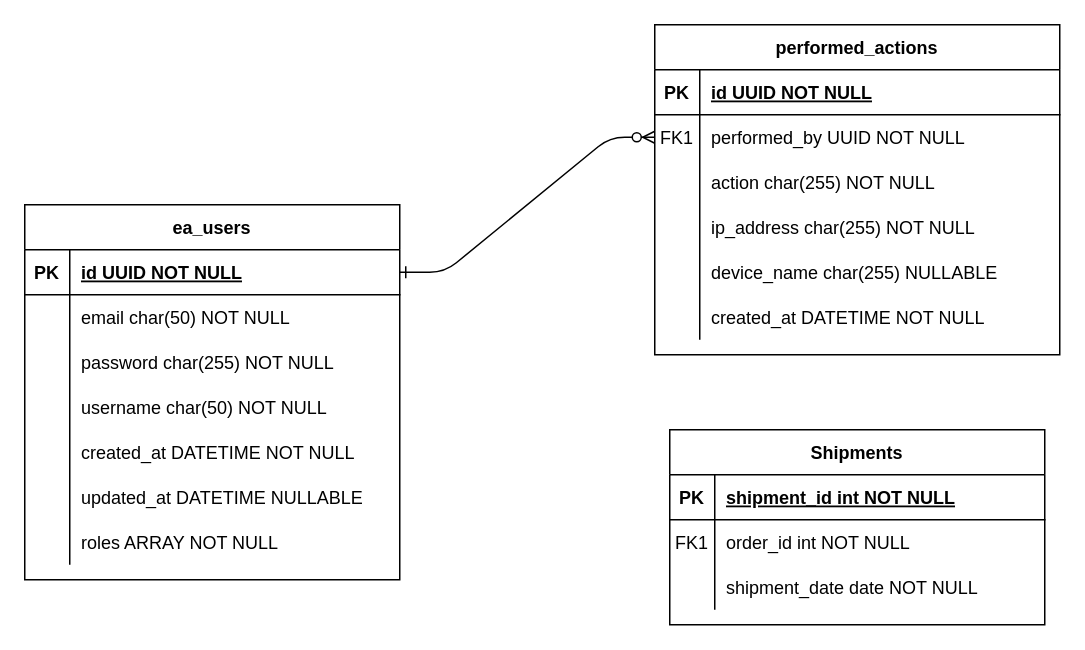
The draw.io diagram eams_domain_model.drawio in phillipseryazi/eams_domain_model, before the edit. Source tidied: cells renumbered, new cells numbered last; positions are measured from the earlier drawing's top-left corner, leaving out a move shared by most shapes. Both pictures are drawn from the tidied source at 150%, with x=0, y=0 at pixel (24, 24).
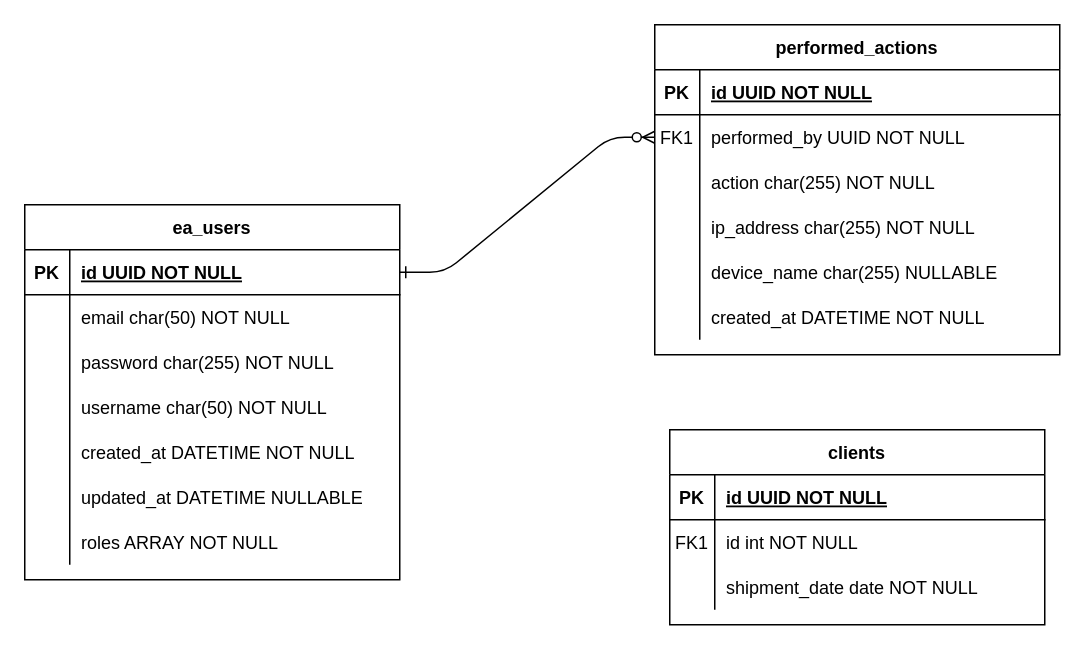
The same diagram, later.

Commit message:
add clients table

The change refers to these unchanged cells:
```xml
<mxCell id="23" style="shape=partialRectangle;fillColor=none;top=0;left=0;right=0;bottom=1;" parent="22" vertex="1">
  <mxGeometry y="30" width="250" height="30" as="geometry" />
</mxCell>
<mxCell id="26" style="shape=partialRectangle;fillColor=none;top=0;left=0;right=0;bottom=0;" parent="22" vertex="1">
  <mxGeometry y="60" width="250" height="30" as="geometry" />
</mxCell>
```

Diff of the diagram source:
```diff
@@
-    <mxCell id="22" value="Shipments" style="shape=table;startSize=30;childLayout=tableLayout;rowLines=0;fontStyle=1;align=center;" parent="1" vertex="1">
+    <mxCell id="22" value="clients" style="shape=table;startSize=30;childLayout=tableLayout;rowLines=0;fontStyle=1;align=center;" parent="1" vertex="1">
       <mxGeometry x="430" y="270" width="250" height="130" as="geometry" />
     </mxCell>
@@
-    <mxCell id="25" value="shipment_id int NOT NULL " style="shape=partialRectangle;overflow=hidden;fillColor=none;top=0;left=0;bottom=0;right=0;align=left;spacingLeft=6;fontStyle=5;" parent="23" vertex="1">
+    <mxCell id="25" value="id UUID NOT NULL " style="shape=partialRectangle;overflow=hidden;fillColor=none;top=0;left=0;bottom=0;right=0;align=left;spacingLeft=6;fontStyle=5;" parent="23" vertex="1">
       <mxGeometry x="30" width="220" height="30" as="geometry" />
     </mxCell>
@@
-    <mxCell id="28" value="order_id int NOT NULL" style="shape=partialRectangle;overflow=hidden;fillColor=none;top=0;left=0;bottom=0;right=0;align=left;spacingLeft=6;" parent="26" vertex="1">
+    <mxCell id="28" value="id int NOT NULL" style="shape=partialRectangle;overflow=hidden;fillColor=none;top=0;left=0;bottom=0;right=0;align=left;spacingLeft=6;" parent="26" vertex="1">
       <mxGeometry x="30" width="220" height="30" as="geometry" />
     </mxCell>
```
